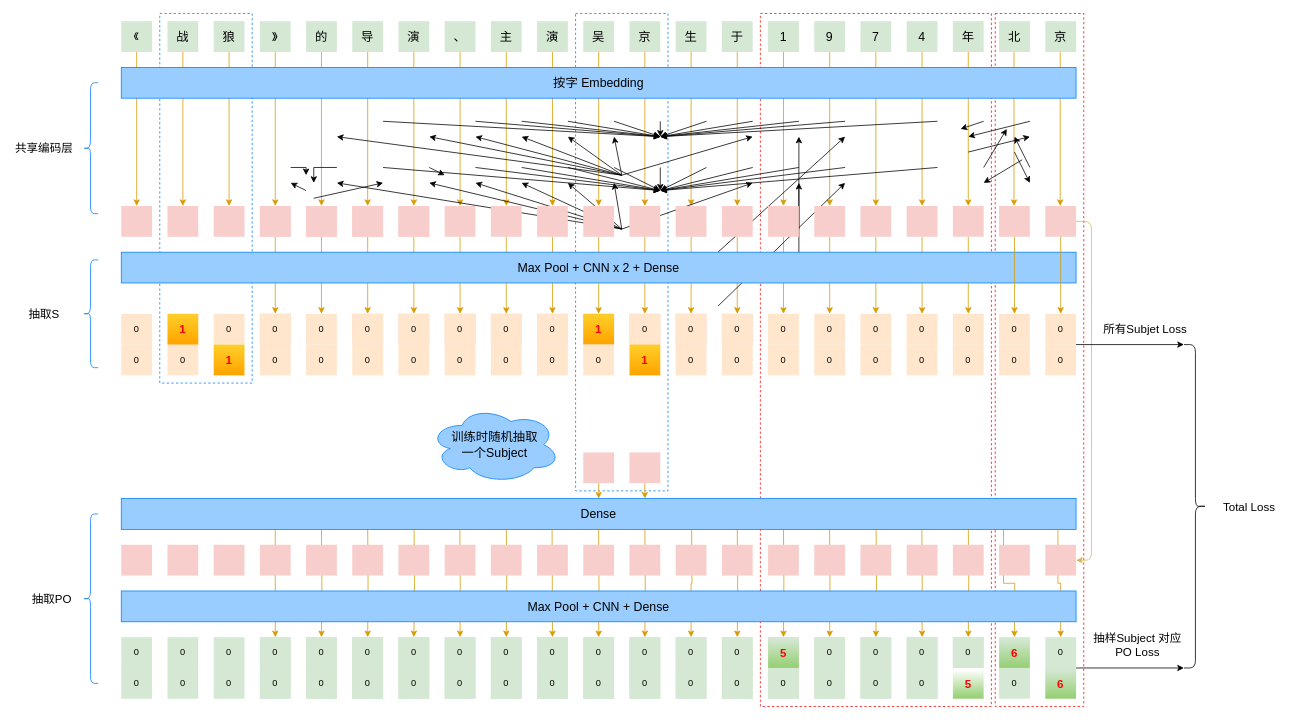
dataml-cn/playground keeps this draw.io diagram as 99_resources/11_img/Untitled Diagram.drawio. Above is the earlier version. Source tidied: cells renumbered, new cells numbered last; positions are measured from the earlier drawing's top-left corner, leaving out a move shared by most shapes. Both pictures are drawn from the tidied source at 77%, with x=0, y=0 at pixel (13, 13).
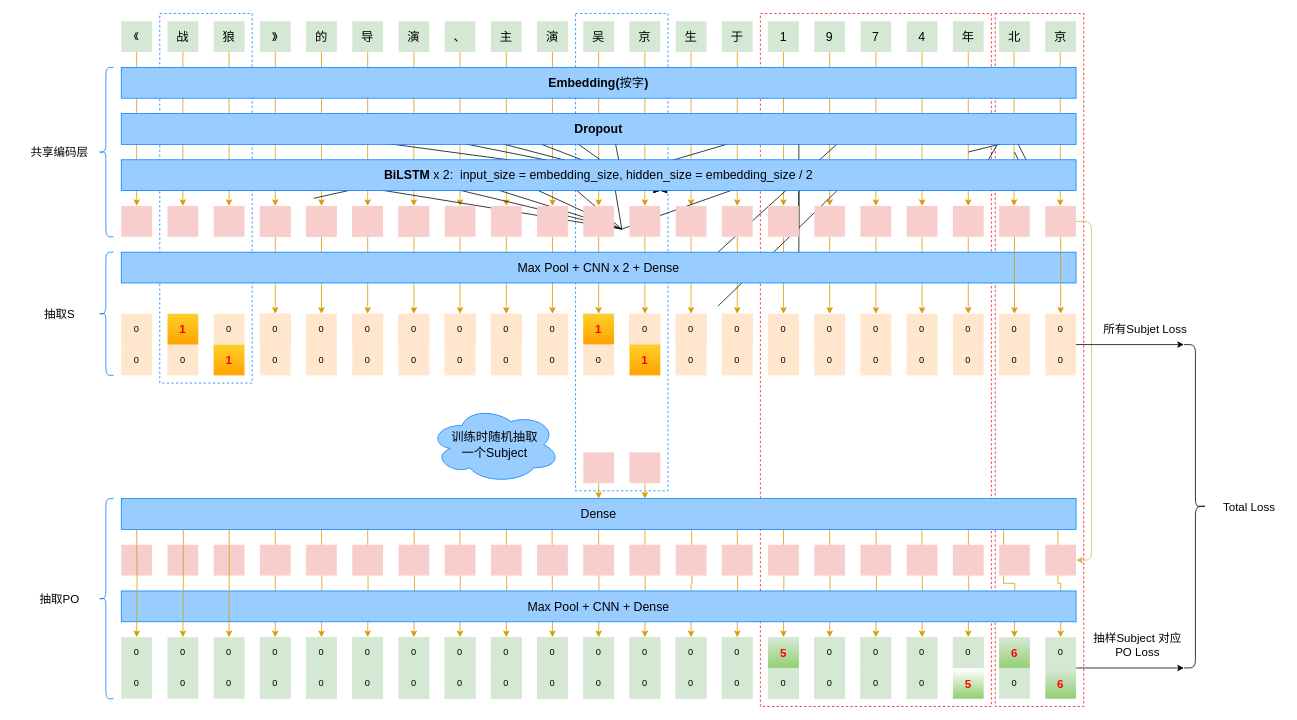
The same diagram, later.

Unchanged cells that the change refers to:
```xml
<mxCell id="290" value="&lt;font style=&quot;font-size: 16px&quot;&gt;Dense&lt;/font&gt;" style="rounded=0;whiteSpace=wrap;html=1;shadow=0;glass=0;sketch=0;strokeColor=#007FFF;gradientColor=none;fillColor=#99CCFF;" parent="1" vertex="1">
  <mxGeometry x="140" y="630" width="1240" height="40" as="geometry" />
</mxCell>
<mxCell id="321" value="0" style="shape=ext;double=1;rounded=0;whiteSpace=wrap;html=1;fillColor=#d5e8d4;strokeColor=none;" parent="1" vertex="1">
  <mxGeometry x="260" y="810" width="40" height="40" as="geometry" />
</mxCell>
<mxCell id="323" value="0" style="shape=ext;double=1;rounded=0;whiteSpace=wrap;html=1;fillColor=#d5e8d4;strokeColor=none;" parent="1" vertex="1">
  <mxGeometry x="200" y="810" width="40" height="40" as="geometry" />
</mxCell>
<mxCell id="325" value="0" style="shape=ext;double=1;rounded=0;whiteSpace=wrap;html=1;fillColor=#d5e8d4;strokeColor=none;" parent="1" vertex="1">
  <mxGeometry x="140" y="810" width="40" height="40" as="geometry" />
</mxCell>
```

Change to the diagram source:
```diff
@@
     <mxCell id="286" style="shape=curlyBracket;whiteSpace=wrap;html=1;rounded=1;shadow=0;glass=0;sketch=0;strokeColor=#007FFF;gradientColor=none;size=0.5;" parent="1" vertex="1">
-      <mxGeometry x="90" y="90" width="20" height="170" as="geometry" />
+      <mxGeometry x="110" y="70" width="20" height="220" as="geometry" />
     </mxCell>
     <mxCell id="287" style="shape=curlyBracket;whiteSpace=wrap;html=1;rounded=1;shadow=0;glass=0;sketch=0;strokeColor=#007FFF;gradientColor=none;size=0.5;" parent="1" vertex="1">
-      <mxGeometry x="90" y="320" width="20" height="140" as="geometry" />
+      <mxGeometry x="110" y="310" width="20" height="160" as="geometry" />
     </mxCell>
-    <mxCell id="288" value="&lt;font style=&quot;font-size: 16px&quot;&gt;按字 Embedding&lt;/font&gt;" style="rounded=0;whiteSpace=wrap;html=1;shadow=0;glass=0;sketch=0;strokeColor=#007FFF;gradientColor=none;fillColor=#99CCFF;" parent="1" vertex="1">
+    <mxCell id="288" value="&lt;font style=&quot;font-size: 16px&quot;&gt;&lt;b&gt;Embedding(&lt;/b&gt;按字&lt;b&gt;)&lt;/b&gt;&lt;/font&gt;" style="rounded=0;whiteSpace=wrap;html=1;shadow=0;glass=0;sketch=0;strokeColor=#007FFF;gradientColor=none;fillColor=#99CCFF;" parent="1" vertex="1">
       <mxGeometry x="140" y="70" width="1240" height="40" as="geometry" />
     </mxCell>
@@
     <mxCell id="294" value="&lt;font style=&quot;font-size: 15px&quot;&gt;共享编码层&lt;/font&gt;" style="text;html=1;strokeColor=none;fillColor=none;align=center;verticalAlign=middle;whiteSpace=wrap;rounded=0;shadow=0;glass=0;sketch=0;" parent="1" vertex="1">
-      <mxGeometry y="165" width="80" height="20" as="geometry" />
+      <mxGeometry x="20" y="170" width="80" height="20" as="geometry" />
     </mxCell>
     <mxCell id="295" value="&lt;font style=&quot;font-size: 15px&quot;&gt;抽取S&lt;/font&gt;" style="text;html=1;strokeColor=none;fillColor=none;align=center;verticalAlign=middle;whiteSpace=wrap;rounded=0;shadow=0;glass=0;sketch=0;" parent="1" vertex="1">
-      <mxGeometry y="380" width="80" height="20" as="geometry" />
+      <mxGeometry x="20" y="380" width="80" height="20" as="geometry" />
     </mxCell>
@@
     <mxCell id="299" style="shape=curlyBracket;whiteSpace=wrap;html=1;rounded=1;shadow=0;glass=0;sketch=0;strokeColor=#007FFF;gradientColor=none;size=0.5;" parent="1" vertex="1">
-      <mxGeometry x="90" y="650" width="20" height="220" as="geometry" />
+      <mxGeometry x="110" y="630" width="20" height="260" as="geometry" />
     </mxCell>
     <mxCell id="300" value="&lt;font style=&quot;font-size: 15px&quot;&gt;抽取PO&lt;/font&gt;" style="text;html=1;strokeColor=none;fillColor=none;align=center;verticalAlign=middle;whiteSpace=wrap;rounded=0;shadow=0;glass=0;sketch=0;" parent="1" vertex="1">
-      <mxGeometry x="10" y="750" width="80" height="20" as="geometry" />
+      <mxGeometry x="20" y="750" width="80" height="20" as="geometry" />
     </mxCell>
@@
+    <mxCell id="330" style="edgeStyle=orthogonalEdgeStyle;rounded=0;jettySize=auto;html=1;fillColor=#ffe6cc;strokeColor=#d79b00;entryX=0.5;entryY=0;entryDx=0;entryDy=0;exitX=0.113;exitY=1;exitDx=0;exitDy=0;exitPerimeter=0;" parent="1" edge="1" source="290" target="321">
+      <mxGeometry relative="1" as="geometry" />
+    </mxCell>
+    <mxCell id="331" style="edgeStyle=orthogonalEdgeStyle;rounded=0;jettySize=auto;html=1;fillColor=#ffe6cc;strokeColor=#d79b00;entryX=0.5;entryY=0;entryDx=0;entryDy=0;exitX=0.065;exitY=1;exitDx=0;exitDy=0;exitPerimeter=0;" parent="1" edge="1" source="290" target="323">
+      <mxGeometry relative="1" as="geometry" />
+    </mxCell>
+    <mxCell id="332" style="edgeStyle=orthogonalEdgeStyle;rounded=0;jettySize=auto;html=1;fillColor=#ffe6cc;strokeColor=#d79b00;entryX=0.5;entryY=0;entryDx=0;entryDy=0;" parent="1" edge="1" target="325">
+      <mxGeometry relative="1" as="geometry">
+        <mxPoint x="160" y="670" as="sourcePoint" />
+      </mxGeometry>
+    </mxCell>
+    <mxCell id="333" value="&lt;span style=&quot;font-size: 16px&quot;&gt;&lt;b&gt;BiLSTM&lt;/b&gt; x 2:&amp;nbsp; input_size = embedding_size, hidden_size = embedding_size / 2&lt;/span&gt;" style="rounded=0;whiteSpace=wrap;html=1;shadow=0;glass=0;sketch=0;strokeColor=#007FFF;gradientColor=none;fillColor=#99CCFF;" parent="1" vertex="1">
+      <mxGeometry x="140" y="190" width="1240" height="40" as="geometry" />
+    </mxCell>
+    <mxCell id="334" value="&lt;span style=&quot;font-size: 16px&quot;&gt;&lt;b&gt;Dropout&lt;/b&gt;&lt;/span&gt;" style="rounded=0;whiteSpace=wrap;html=1;shadow=0;glass=0;sketch=0;strokeColor=#007FFF;gradientColor=none;fillColor=#99CCFF;" parent="1" vertex="1">
+      <mxGeometry x="140" y="130" width="1240" height="40" as="geometry" />
+    </mxCell>
```
